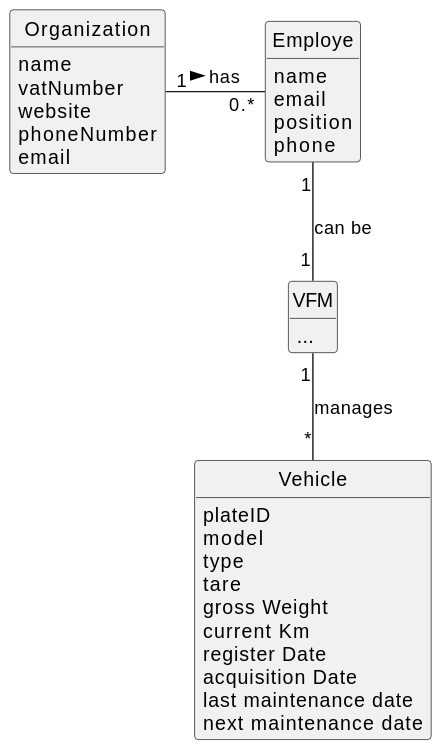
The PlantUML diagram docs/sprintA/us006/02.analysis/svg/us006-domain-model.svg in Departamento-de-Engenharia-Informatica/greenspace-management, before a commit. Its diagram source:
```plantuml
@startuml
skinparam monochrome true
skinparam packageStyle rectangle
skinparam shadowing false


skinparam classAttributeIconSize 0

hide circle
hide methods



class Organization {
    name
    vatNumber
    website
    phoneNumber
    email
}



class Employe {
    name
    email
    position
    phone
}
class VFM {
    ...
}
class Vehicle {
    plateID
    model
    type
    tare
        gross Weight
        current Km
         register Date
         acquisition Date
         maintenance/Checkup Frequency (in Kms)
         last maintenance date
         next maintenance date
}

Organization "1" - "0.*" Employe : has >
Employe "1" -- "1" VFM : can be
VFM "1" -- "*" Vehicle: manages
@enduml
```
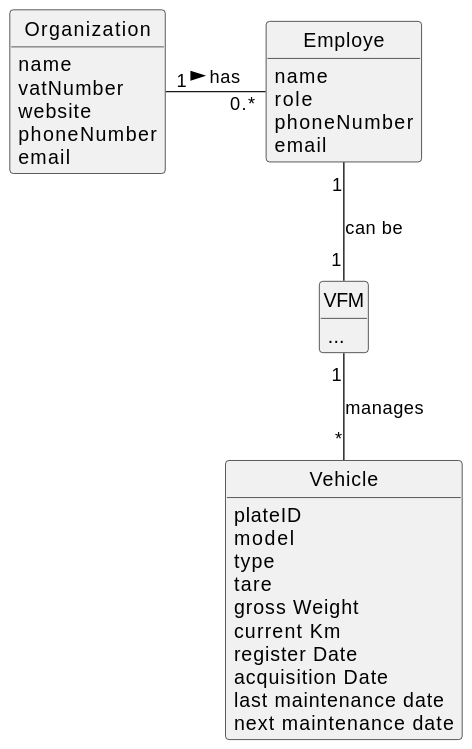
After the commit.

Commit message:
US01 excerpt diagram / small domain model correction

What changed in the source:
```diff
@@ -23,9 +23,9 @@
 
 class Employe {
     name
+    role
+    phoneNumber
     email
-    position
-    phone
 }
 class VFM {
     ...
```
